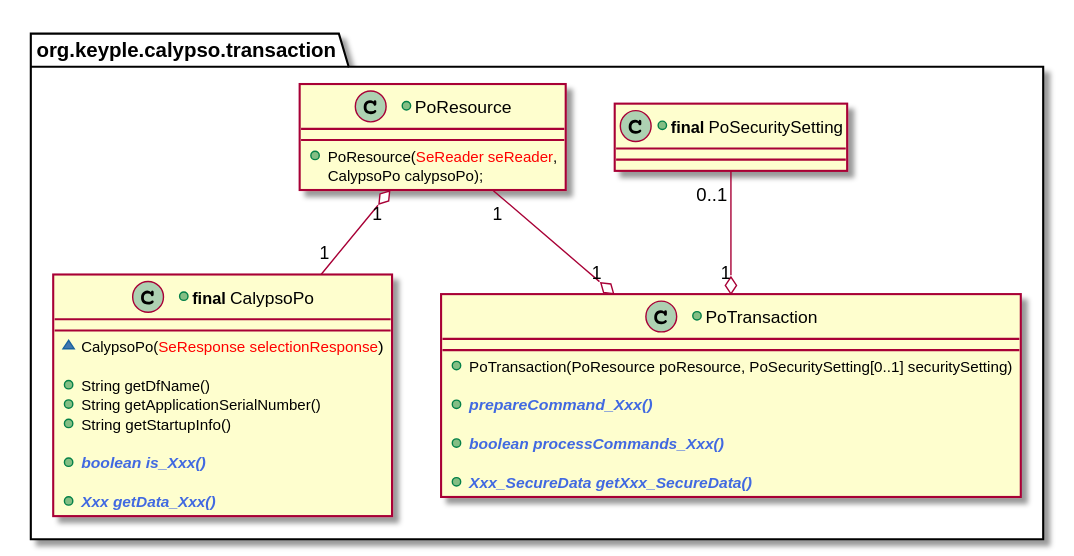
Earlier version of the PlantUML export docs/CalypsoTerminalApi/img/CalypsoTerminal_ApplicationApi_ClassDiag_Transaction_Global.svg (pterr/keyple). Source of this version:
```plantuml
@startuml
package org.keyple.calypso.transaction #FFFFFF {

  +class PoResource {
    +PoResource(<color:red>SeReader seReader</color>,
    CalypsoPo calypsoPo);
  }

  +class "<b>final</b> CalypsoPo" as CalypsoPo {
    ~CalypsoPo(<color:red>SeResponse selectionResponse</color>)

    +String getDfName()
    +String getApplicationSerialNumber()
    +String getStartupInfo()

    +<color:royalBlue><b><i>boolean is_Xxx()</i></b></color>

    +<color:royalBlue><b><i>Xxx getData_Xxx()</i></b></color>
  }

  +class "<b>final</b> PoSecuritySetting" as PoSecuritySetting {
  }

  +class PoTransaction {
    +PoTransaction(PoResource poResource, PoSecuritySetting[0..1] securitySetting)

    +<color:royalBlue><b><i>prepareCommand_Xxx()</i></b></color>

    +<color:royalBlue><b><i>boolean processCommands_Xxx()</i></b></color>

    +<color:royalBlue><b><i>Xxx_SecureData getXxx_SecureData()</i></b></color>
  }

  PoResource -right[hidden]- PoSecuritySetting
  PoTransaction "1" o-up- "1" PoResource
  PoTransaction "1" o-up- "0..1" PoSecuritySetting
  PoResource "1" o-down- "1" CalypsoPo
}
@enduml
```
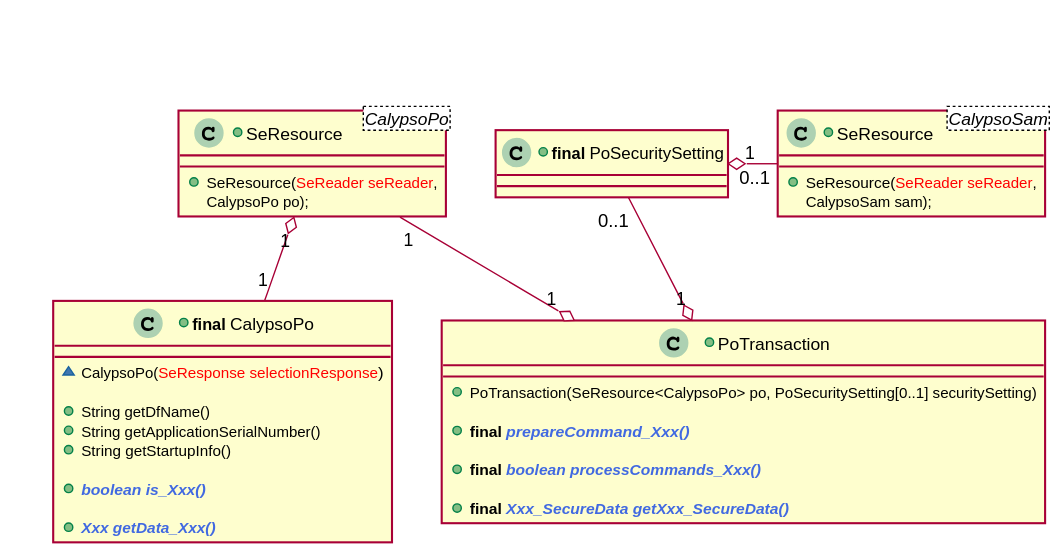
After the commit.

Commit message:
Update Calypso API => corresponding IMG

Change to the diagram source:
```diff
@@ -1,9 +1,21 @@
 @startuml
-package org.keyple.calypso.transaction #FFFFFF {
+skinparam stereotypeIBorderColor BUSINESS
+skinparam stereotypeCBorderColor BUSINESS
+skinparam stereotypeEBorderColor BUSINESS
+skinparam shadowing false
 
-  +class PoResource {
-    +PoResource(<color:red>SeReader seReader</color>,
-    CalypsoPo calypsoPo);
+together {
+  +class "SeResource<CalypsoPo>" as PoResource {
+    +SeResource(<color:red>SeReader seReader</color>,
+    CalypsoPo po);
+  }
+
+  +class "SeResource<CalypsoSam>" as SamResource {
+    +SeResource(<color:red>SeReader seReader</color>,
+    CalypsoSam sam);
+  }
+
+  +class "<b>final</b> PoSecuritySetting" as PoSecuritySetting {
   }
 
   +class "<b>final</b> CalypsoPo" as CalypsoPo {
@@ -18,22 +30,20 @@
     +<color:royalBlue><b><i>Xxx getData_Xxx()</i></b></color>
   }
 
-  +class "<b>final</b> PoSecuritySetting" as PoSecuritySetting {
+  +class PoTransaction {
+    +PoTransaction(SeResource<CalypsoPo> po, PoSecuritySetting[0..1] securitySetting)
+
+    +<b>final</b> <color:royalBlue><b><i>prepareCommand_Xxx()</i></b></color>
+
+    +<b>final</b> <color:royalBlue><b><i>boolean processCommands_Xxx()</i></b></color>
+
+    +<b>final</b> <color:royalBlue><b><i>Xxx_SecureData getXxx_SecureData()</i></b></color>
   }
 
-  +class PoTransaction {
-    +PoTransaction(PoResource poResource, PoSecuritySetting[0..1] securitySetting)
-
-    +<color:royalBlue><b><i>prepareCommand_Xxx()</i></b></color>
-
-    +<color:royalBlue><b><i>boolean processCommands_Xxx()</i></b></color>
-
-    +<color:royalBlue><b><i>Xxx_SecureData getXxx_SecureData()</i></b></color>
-  }
-
-  PoResource -right[hidden]- PoSecuritySetting
   PoTransaction "1" o-up- "1" PoResource
   PoTransaction "1" o-up- "0..1" PoSecuritySetting
   PoResource "1" o-down- "1" CalypsoPo
+  SamResource "0..1 " -right-o " 1" PoSecuritySetting
+  PoResource -right[hidden]- SamResource
 }
 @enduml
```
